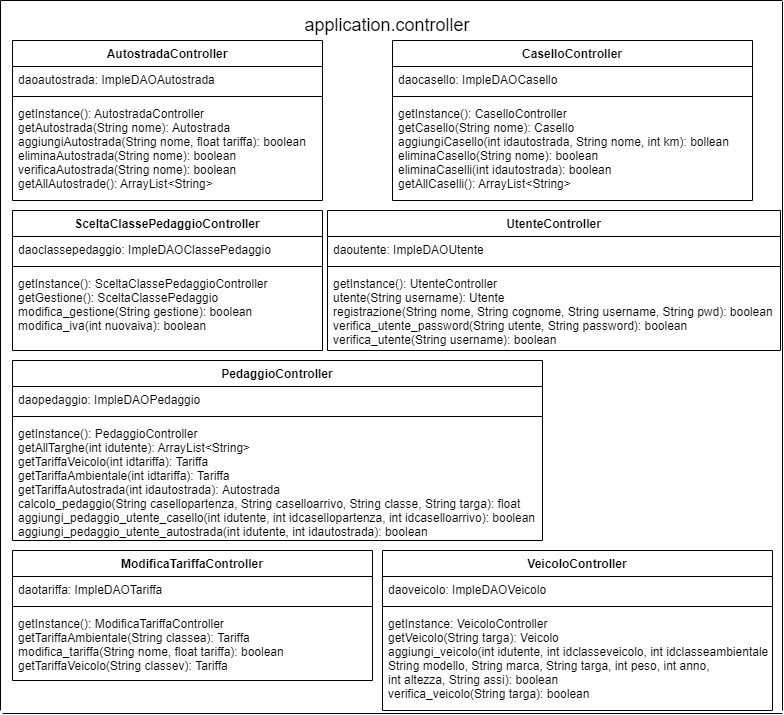
thoser369/Autostrade keeps this draw.io diagram as doc/Diagrammi/Controller Diagram.png. Above is the earlier version. Source tidied: cells renumbered, new cells last; positions are measured from the earlier drawing's top-left corner, leaving out a move shared by most shapes.
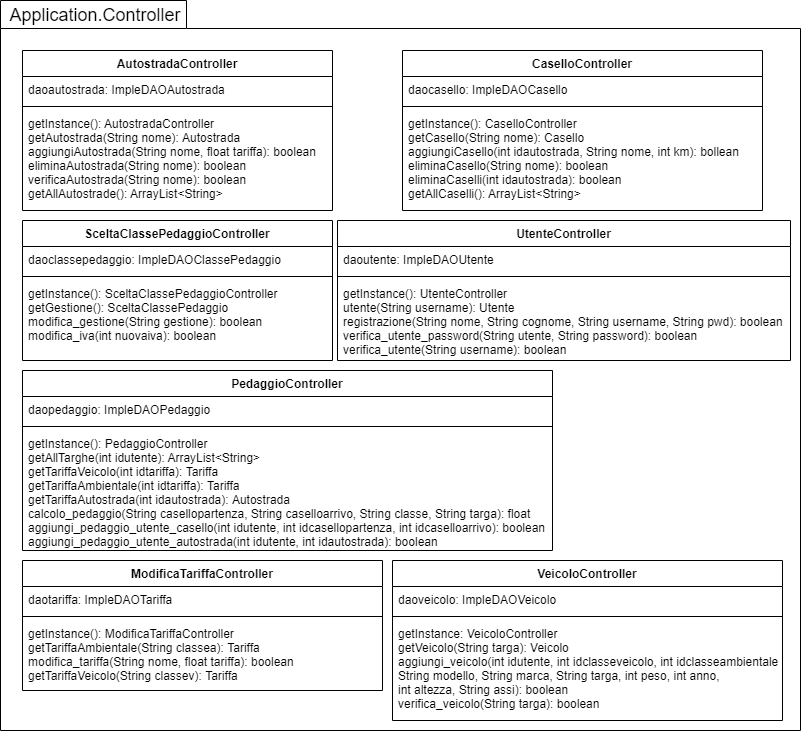
After the change.

The edit, as a diff of the source:
```diff
@@ -2,15 +2,18 @@
   <root>
     <mxCell id="0" />
     <mxCell id="1" parent="0" />
+    <mxCell id="35" style="shape=folder;fontStyle=1;spacingTop=10;tabWidth=186;tabHeight=28;tabPosition=left;html=1;" parent="1" vertex="1">
+      <mxGeometry x="-10" y="-10" width="800" height="730" as="geometry" />
+    </mxCell>
     <mxCell id="2" value="SceltaClassePedaggioController" style="swimlane;fontStyle=1;align=center;verticalAlign=top;horizontal=1;startSize=26;" parent="1" vertex="1">
       <mxGeometry x="12" y="210" width="310" height="140" as="geometry" />
     </mxCell>
     <mxCell id="3" value="daoclassepedaggio: ImpleDAOClassePedaggio" style="text;strokeColor=none;fillColor=none;align=left;verticalAlign=top;spacingLeft=4;spacingRight=4;overflow=hidden;" parent="2" vertex="1">
       <mxGeometry y="26" width="310" height="26" as="geometry" />
     </mxCell>
-    <mxCell id="4" style="line;strokeWidth=1;fillColor=none;align=left;verticalAlign=middle;spacingTop=-1;spacingLeft=3;spacingRight=3;labelPosition=right;" parent="2" vertex="1">
-      <mxGeometry y="52" width="310" height="8" as="geometry" />
-    </mxCell>
+    <mxCell id="36" style="line;strokeWidth=1;fillColor=none;align=left;verticalAlign=middle;spacingTop=-1;spacingLeft=3;spacingRight=3;labelPosition=right;" parent="2" vertex="1">
+      <mxGeometry y="52" width="310" height="8" as="geometry" />
+    </mxCell>
     <mxCell id="5" value="getInstance(): SceltaClassePedaggioController&#10;getGestione(): SceltaClassePedaggio&#10;modifica_gestione(String gestione): boolean&#10;modifica_iva(int nuovaiva): boolean" style="text;strokeColor=none;fillColor=none;align=left;verticalAlign=top;spacingLeft=4;spacingRight=4;overflow=hidden;" parent="2" vertex="1">
       <mxGeometry y="60" width="310" height="80" as="geometry" />
     </mxCell>
@@ -26,36 +29,18 @@
     <mxCell id="9" value="getInstance(): UtenteController&#10;utente(String username): Utente&#10;registrazione(String nome, String cognome, String username, String pwd): boolean&#10;verifica_utente_password(String utente, String password): boolean&#10;verifica_utente(String username): boolean&#10;&#10;" style="text;strokeColor=none;fillColor=none;align=left;verticalAlign=top;spacingLeft=4;spacingRight=4;overflow=hidden;" parent="6" vertex="1">
       <mxGeometry y="60" width="453" height="80" as="geometry" />
     </mxCell>
-    <mxCell id="10" style="endArrow=none;html=1;" parent="1" edge="1">
-      <mxGeometry relative="1" as="geometry">
-        <mxPoint y="710" as="sourcePoint" />
-        <mxPoint as="targetPoint" />
-      </mxGeometry>
-    </mxCell>
-    <mxCell id="11" style="endArrow=none;html=1;" parent="1" edge="1">
-      <mxGeometry relative="1" as="geometry">
-        <mxPoint as="sourcePoint" />
-        <mxPoint x="782" as="targetPoint" />
-      </mxGeometry>
-    </mxCell>
-    <mxCell id="12" style="endArrow=none;html=1;" parent="1" edge="1">
-      <mxGeometry relative="1" as="geometry">
-        <mxPoint x="782" y="710" as="sourcePoint" />
-        <mxPoint x="782" y="1" as="targetPoint" />
-      </mxGeometry>
-    </mxCell>
-    <mxCell id="13" value="&lt;font style=&quot;font-size: 18px&quot;&gt;application.controller&lt;/font&gt;" style="text;html=1;strokeColor=none;fillColor=none;align=center;verticalAlign=middle;whiteSpace=wrap;rounded=0;" parent="1" vertex="1">
-      <mxGeometry x="292" y="10" width="190" height="30" as="geometry" />
-    </mxCell>
+    <mxCell id="37" value="&lt;font style=&quot;font-size: 18px&quot;&gt;Application.Controller&lt;/font&gt;" style="text;html=1;strokeColor=none;fillColor=none;align=center;verticalAlign=middle;whiteSpace=wrap;rounded=0;" parent="1" vertex="1">
+      <mxGeometry x="-10" y="-10" width="190" height="30" as="geometry" />
+    </mxCell>
     <mxCell id="14" value="CaselloController" style="swimlane;fontStyle=1;align=center;verticalAlign=top;horizontal=1;startSize=26;" parent="1" vertex="1">
       <mxGeometry x="392" y="40" width="360" height="160" as="geometry" />
     </mxCell>
     <mxCell id="15" value="daocasello: ImpleDAOCasello" style="text;strokeColor=none;fillColor=none;align=left;verticalAlign=top;spacingLeft=4;spacingRight=4;overflow=hidden;" parent="14" vertex="1">
       <mxGeometry y="26" width="360" height="26" as="geometry" />
     </mxCell>
-    <mxCell id="16" style="line;strokeWidth=1;fillColor=none;align=left;verticalAlign=middle;spacingTop=-1;spacingLeft=3;spacingRight=3;labelPosition=right;" parent="14" vertex="1">
-      <mxGeometry y="52" width="360" height="8" as="geometry" />
-    </mxCell>
+    <mxCell id="38" style="line;strokeWidth=1;fillColor=none;align=left;verticalAlign=middle;spacingTop=-1;spacingLeft=3;spacingRight=3;labelPosition=right;" parent="14" vertex="1">
+      <mxGeometry y="52" width="360" height="8" as="geometry" />
+    </mxCell>
     <mxCell id="17" value="getInstance(): CaselloController&#10;getCasello(String nome): Casello&#10;aggiungiCasello(int idautostrada, String nome, int km): bollean&#10;eliminaCasello(String nome): boolean&#10;eliminaCaselli(int idautostrada): boolean&#10;getAllCaselli(): ArrayList&lt;String&gt;" style="text;strokeColor=none;fillColor=none;align=left;verticalAlign=top;spacingLeft=4;spacingRight=4;overflow=hidden;" parent="14" vertex="1">
       <mxGeometry y="60" width="360" height="100" as="geometry" />
     </mxCell>
@@ -65,9 +50,9 @@
     <mxCell id="19" value="daoautostrada: ImpleDAOAutostrada" style="text;strokeColor=none;fillColor=none;align=left;verticalAlign=top;spacingLeft=4;spacingRight=4;overflow=hidden;" parent="18" vertex="1">
       <mxGeometry y="26" width="310" height="26" as="geometry" />
     </mxCell>
-    <mxCell id="20" style="line;strokeWidth=1;fillColor=none;align=left;verticalAlign=middle;spacingTop=-1;spacingLeft=3;spacingRight=3;labelPosition=right;" parent="18" vertex="1">
-      <mxGeometry y="52" width="310" height="8" as="geometry" />
-    </mxCell>
+    <mxCell id="39" style="line;strokeWidth=1;fillColor=none;align=left;verticalAlign=middle;spacingTop=-1;spacingLeft=3;spacingRight=3;labelPosition=right;" parent="18" vertex="1">
+      <mxGeometry y="52" width="310" height="8" as="geometry" />
+    </mxCell>
     <mxCell id="21" value="getInstance(): AutostradaController&#10;getAutostrada(String nome): Autostrada&#10;aggiungiAutostrada(String nome, float tariffa): boolean&#10;eliminaAutostrada(String nome): boolean&#10;verificaAutostrada(String nome): boolean&#10;getAllAutostrade(): ArrayList&lt;String&gt;&#10;" style="text;strokeColor=none;fillColor=none;align=left;verticalAlign=top;spacingLeft=4;spacingRight=4;overflow=hidden;" parent="18" vertex="1">
       <mxGeometry y="60" width="310" height="100" as="geometry" />
     </mxCell>
@@ -83,21 +68,15 @@
     <mxCell id="25" value="getInstance(): PedaggioController&#10;getAllTarghe(int idutente): ArrayList&lt;String&gt;&#10;getTariffaVeicolo(int idtariffa): Tariffa&#10;getTariffaAmbientale(int idtariffa): Tariffa&#10;getTariffaAutostrada(int idautostrada): Autostrada&#10;calcolo_pedaggio(String casellopartenza, String caselloarrivo, String classe, String targa): float&#10;aggiungi_pedaggio_utente_casello(int idutente, int idcasellopartenza, int idcaselloarrivo): boolean&#10;aggiungi_pedaggio_utente_autostrada(int idutente, int idautostrada): boolean" style="text;strokeColor=none;fillColor=none;align=left;verticalAlign=top;spacingLeft=4;spacingRight=4;overflow=hidden;" parent="22" vertex="1">
       <mxGeometry y="60" width="530" height="120" as="geometry" />
     </mxCell>
-    <mxCell id="26" style="endArrow=none;html=1;" parent="1" edge="1">
-      <mxGeometry relative="1" as="geometry">
-        <mxPoint x="2" y="713" as="sourcePoint" />
-        <mxPoint x="782" y="713" as="targetPoint" />
-      </mxGeometry>
-    </mxCell>
     <mxCell id="27" value="ModificaTariffaController" style="swimlane;fontStyle=1;align=center;verticalAlign=top;horizontal=1;startSize=26;" parent="1" vertex="1">
       <mxGeometry x="12" y="550" width="360" height="130" as="geometry" />
     </mxCell>
     <mxCell id="28" value="daotariffa: ImpleDAOTariffa" style="text;strokeColor=none;fillColor=none;align=left;verticalAlign=top;spacingLeft=4;spacingRight=4;overflow=hidden;" parent="27" vertex="1">
       <mxGeometry y="26" width="360" height="26" as="geometry" />
     </mxCell>
-    <mxCell id="29" style="line;strokeWidth=1;fillColor=none;align=left;verticalAlign=middle;spacingTop=-1;spacingLeft=3;spacingRight=3;labelPosition=right;" parent="27" vertex="1">
-      <mxGeometry y="52" width="360" height="8" as="geometry" />
-    </mxCell>
+    <mxCell id="40" style="line;strokeWidth=1;fillColor=none;align=left;verticalAlign=middle;spacingTop=-1;spacingLeft=3;spacingRight=3;labelPosition=right;" parent="27" vertex="1">
+      <mxGeometry y="52" width="360" height="8" as="geometry" />
+    </mxCell>
     <mxCell id="30" value="getInstance(): ModificaTariffaController&#10;getTariffaAmbientale(String classea): Tariffa&#10;modifica_tariffa(String nome, float tariffa): boolean&#10;getTariffaVeicolo(String classev): Tariffa" style="text;strokeColor=none;fillColor=none;align=left;verticalAlign=top;spacingLeft=4;spacingRight=4;overflow=hidden;" parent="27" vertex="1">
       <mxGeometry y="60" width="360" height="70" as="geometry" />
     </mxCell>
```
